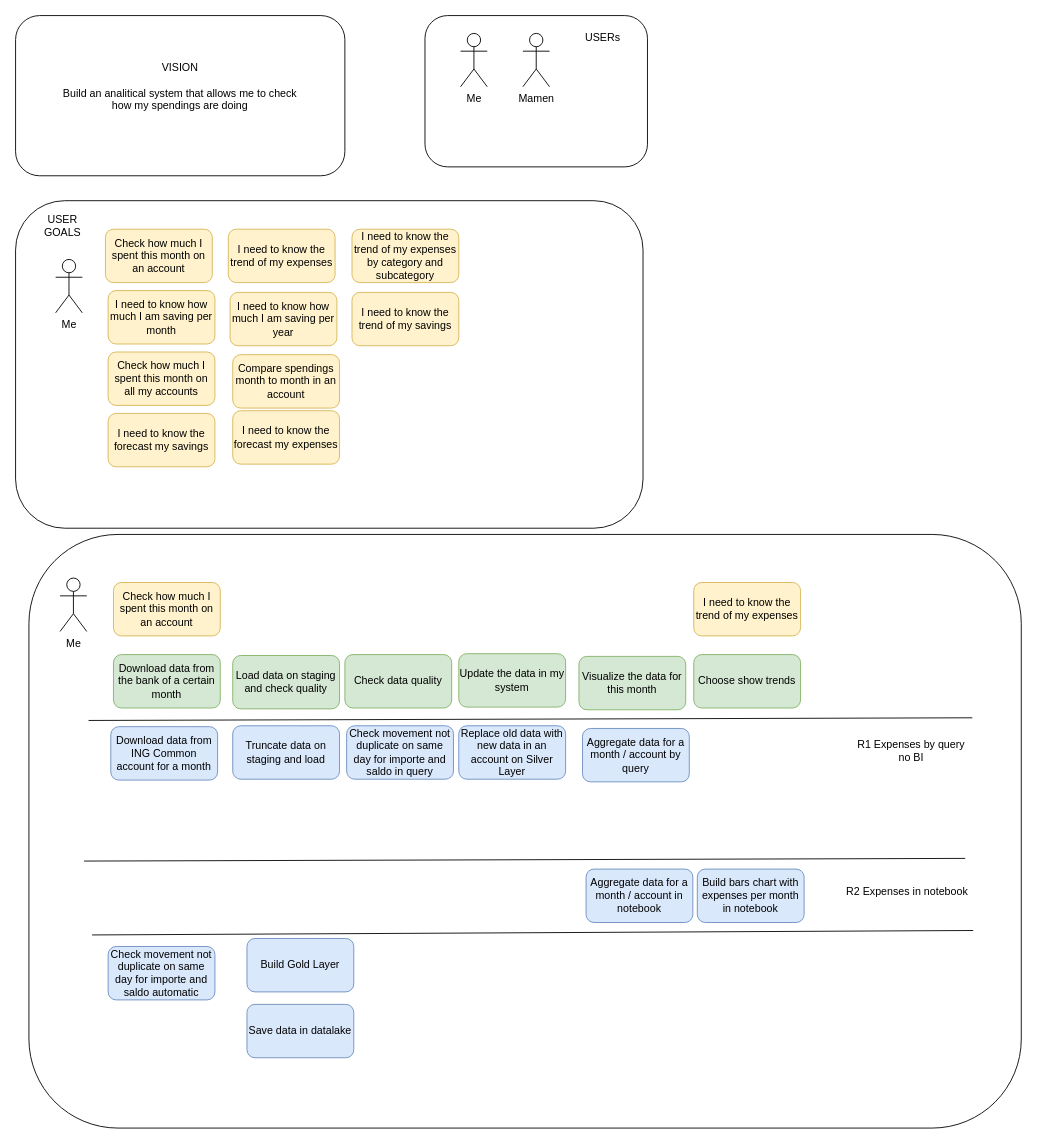
The draw.io diagram page "User Story Mapping" (1 of 5) of diagrams.dio in cperezh/DataEng_Patterns, before the edit. Source tidied: cells renumbered, new cells numbered last; positions are measured from the earlier drawing's top-left corner, leaving out a move shared by most shapes. Both pictures are drawn from the tidied source at 89%, with x=0, y=0 at pixel (15, 15).
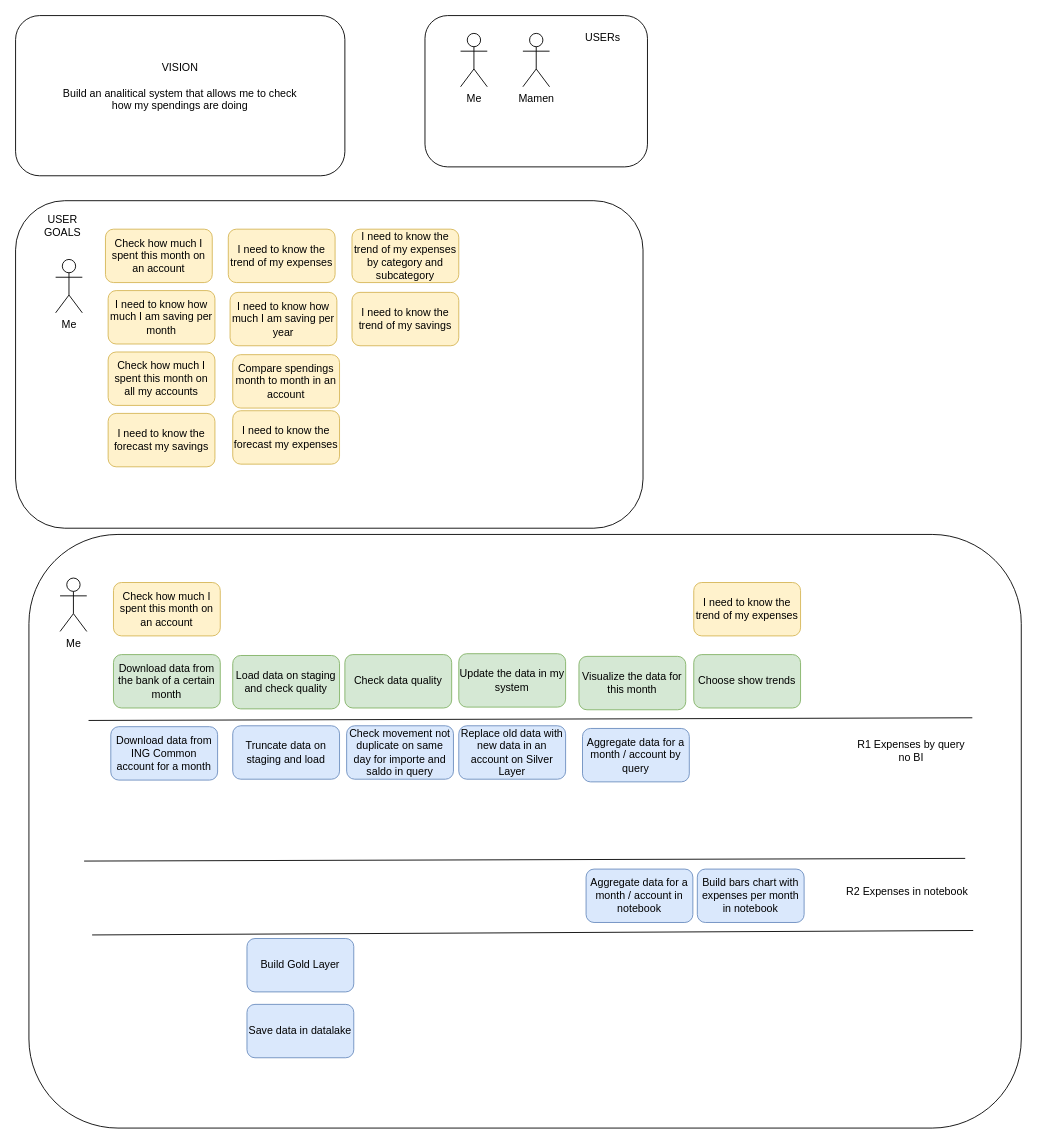
After the change.

What changed in the source:
```diff
@@
-    <mxCell id="42" value="Check movement not duplicate on same day for importe and saldo automatic" style="rounded=1;whiteSpace=wrap;html=1;strokeColor=#6c8ebf;align=center;verticalAlign=middle;fontFamily=Helvetica;fontSize=12;fillColor=#dae8fc;" parent="1" vertex="1">
-      <mxGeometry x="104" y="1046" width="120" height="60" as="geometry" />
-    </mxCell>
```
